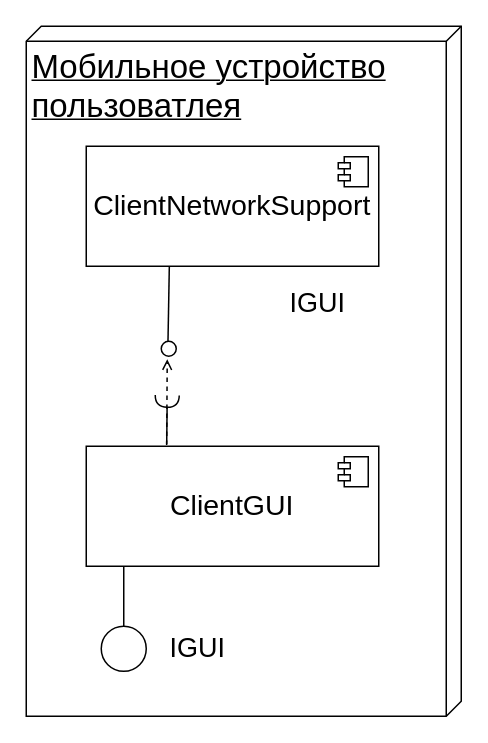
This is 4_course/МиСПИС/Диаграмма_компонентов.drawio from tedmon1998/ISiT, a draw.io file, before an edit. Source tidied: cells renumbered, new cells numbered last; positions are measured from the earlier drawing's top-left corner, leaving out a move shared by most shapes. Both pictures are drawn from the tidied source at 150%, with x=0, y=0 at pixel (26, 26).
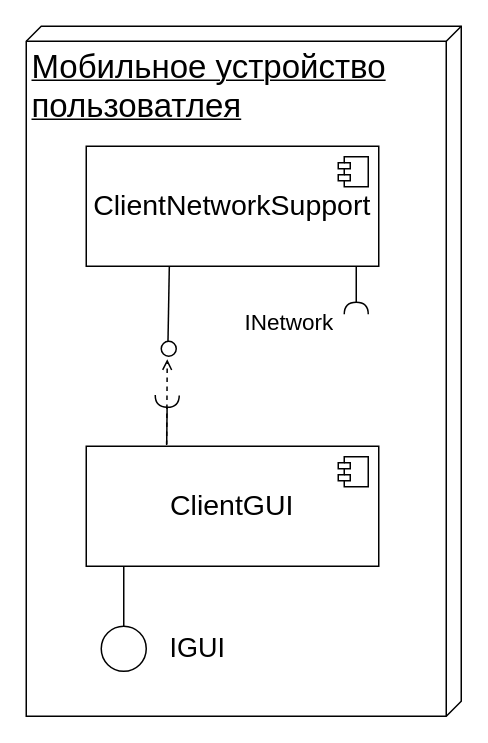
The same page after the edit.

What changed in the source:
```diff
@@
-    <mxCell id="10" value="&lt;font style=&quot;font-size: 18px;&quot;&gt;IGUI&lt;/font&gt;" style="text;strokeColor=none;fillColor=none;align=left;verticalAlign=middle;spacingLeft=4;spacingRight=4;overflow=hidden;whiteSpace=wrap;html=1;" parent="1" vertex="1">
-      <mxGeometry x="170" y="170" width="80" height="30" as="geometry" />
-    </mxCell>
@@
+    <mxCell id="15" value="&lt;span style=&quot;font-size: 15px;&quot;&gt;INetwork&lt;/span&gt;" style="text;strokeColor=none;fillColor=none;align=left;verticalAlign=middle;spacingLeft=4;spacingRight=4;overflow=hidden;whiteSpace=wrap;html=1;fontSize=15;" parent="1" vertex="1">
+      <mxGeometry x="140" y="184" width="80" height="26" as="geometry" />
+    </mxCell>
+    <mxCell id="16" style="rounded=0;orthogonalLoop=1;jettySize=auto;html=1;endArrow=halfCircle;endFill=0;endSize=6;strokeWidth=1;sketch=0;exitX=0.275;exitY=-0.019;exitDx=0;exitDy=0;exitPerimeter=0;" parent="1" edge="1">
+      <mxGeometry relative="1" as="geometry">
+        <mxPoint x="220" y="160" as="sourcePoint" />
+        <mxPoint x="220" y="192" as="targetPoint" />
+      </mxGeometry>
+    </mxCell>
```
